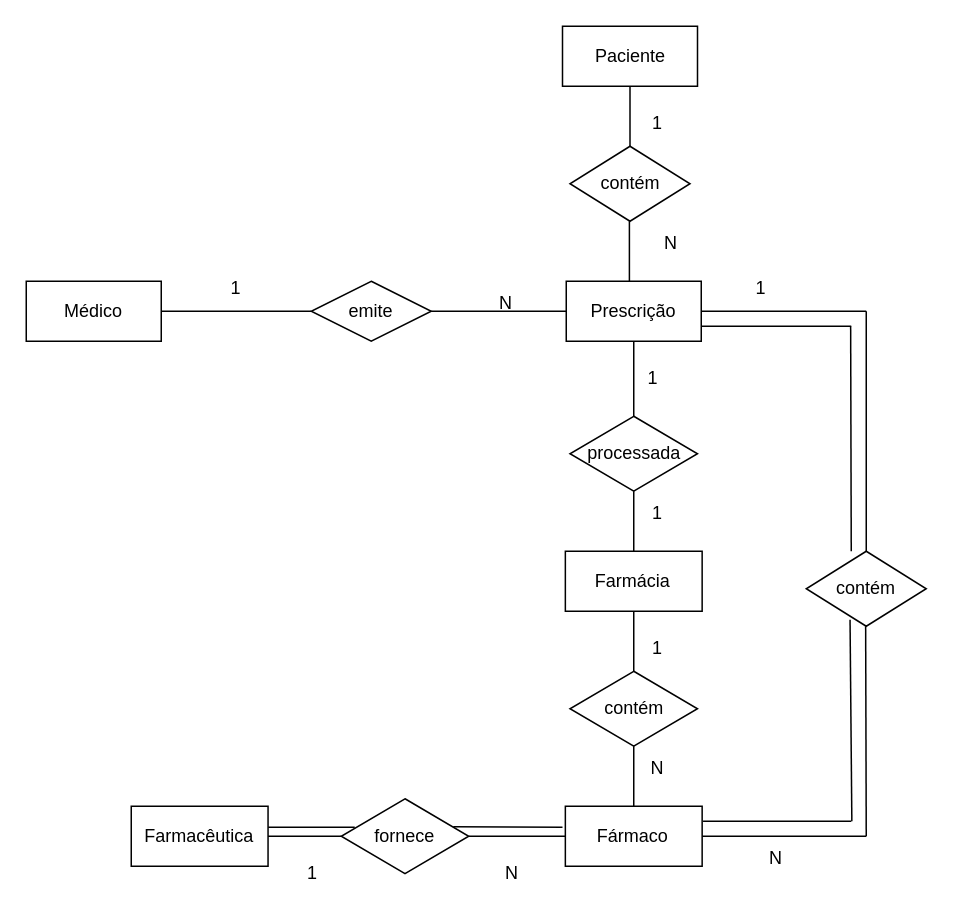
Earlier version of the draw.io diagram DiagramaEx2.drawio (rtavares018/BD). Source tidied: cells renumbered, new cells numbered last; positions are measured from the earlier drawing's top-left corner, leaving out a move shared by most shapes. Both pictures are drawn from the tidied source at 150%, with x=0, y=0 at pixel (26, 26).
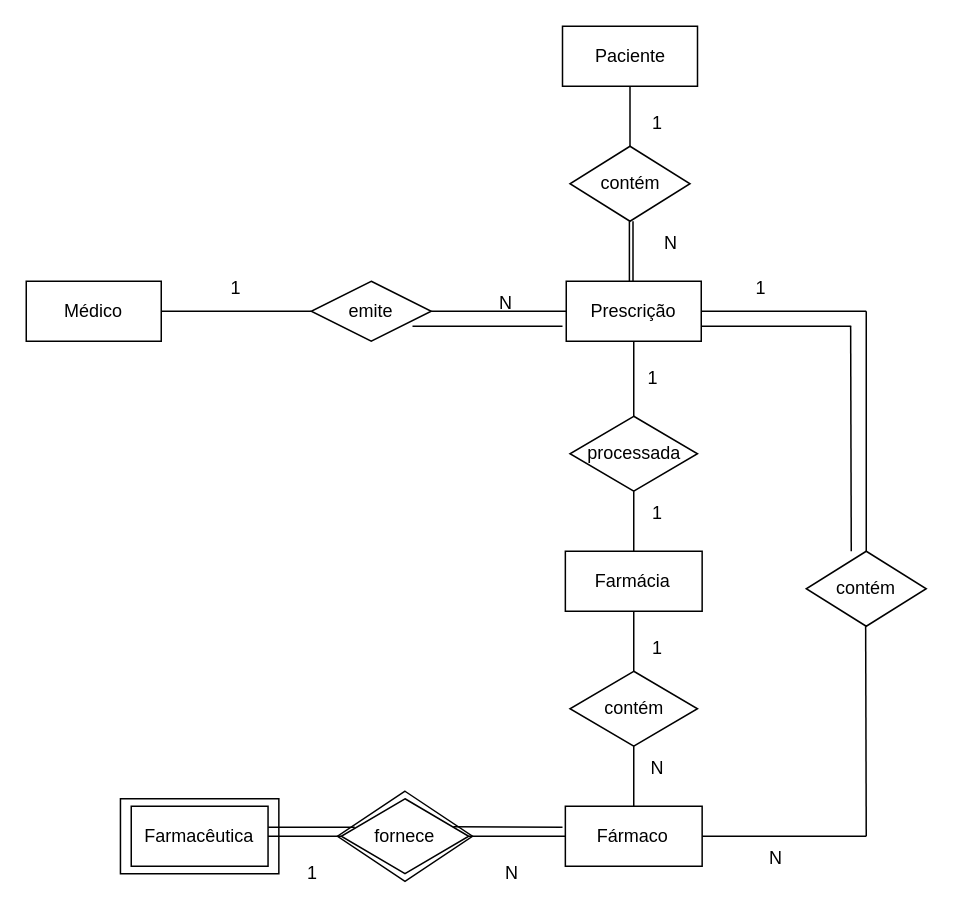
The same page after the edit.

The change refers to these unchanged cells:
```xml
<mxCell id="28" value="contém" style="rhombus;whiteSpace=wrap;html=1;" parent="1" vertex="1">
  <mxGeometry x="520" y="350" width="80" height="50" as="geometry" />
</mxCell>
```

What changed in the source:
```diff
@@
+    <mxCell id="46" style="rhombus;whiteSpace=wrap;html=1;" parent="1" vertex="1">
+      <mxGeometry x="207.5" y="510" width="90" height="60" as="geometry" />
+    </mxCell>
+    <mxCell id="47" style="rounded=0;whiteSpace=wrap;html=1;" parent="1" vertex="1">
+      <mxGeometry x="62.8" y="515" width="105.6" height="50" as="geometry" />
+    </mxCell>
@@
-    <mxCell id="36" style="endArrow=none;html=1;rounded=0;exitX=1;exitY=0.5;exitDx=0;exitDy=0;" parent="1" edge="1">
-      <mxGeometry relative="1" as="geometry">
-        <mxPoint x="451.2" y="530" as="sourcePoint" />
-        <mxPoint x="550" y="530" as="targetPoint" />
-      </mxGeometry>
-    </mxCell>
-    <mxCell id="37" style="endArrow=none;html=1;rounded=0;entryX=0.365;entryY=0.913;entryDx=0;entryDy=0;entryPerimeter=0;" parent="1" edge="1" target="28">
-      <mxGeometry relative="1" as="geometry">
-        <mxPoint x="550.4" y="530" as="sourcePoint" />
-      </mxGeometry>
-    </mxCell>
@@
+    <mxCell id="48" style="endArrow=none;html=1;rounded=0;exitX=1;exitY=0.5;exitDx=0;exitDy=0;" parent="1" edge="1">
+      <mxGeometry relative="1" as="geometry">
+        <mxPoint x="257.5" y="200" as="sourcePoint" />
+        <mxPoint x="357.5" y="200" as="targetPoint" />
+      </mxGeometry>
+    </mxCell>
+    <mxCell id="49" style="endArrow=none;html=1;rounded=0;entryX=0.5;entryY=1;entryDx=0;entryDy=0;exitX=0.5;exitY=0;exitDx=0;exitDy=0;" parent="1" edge="1">
+      <mxGeometry relative="1" as="geometry">
+        <mxPoint x="404.5" y="170" as="sourcePoint" />
+        <mxPoint x="404.5" y="130" as="targetPoint" />
+      </mxGeometry>
+    </mxCell>
```
